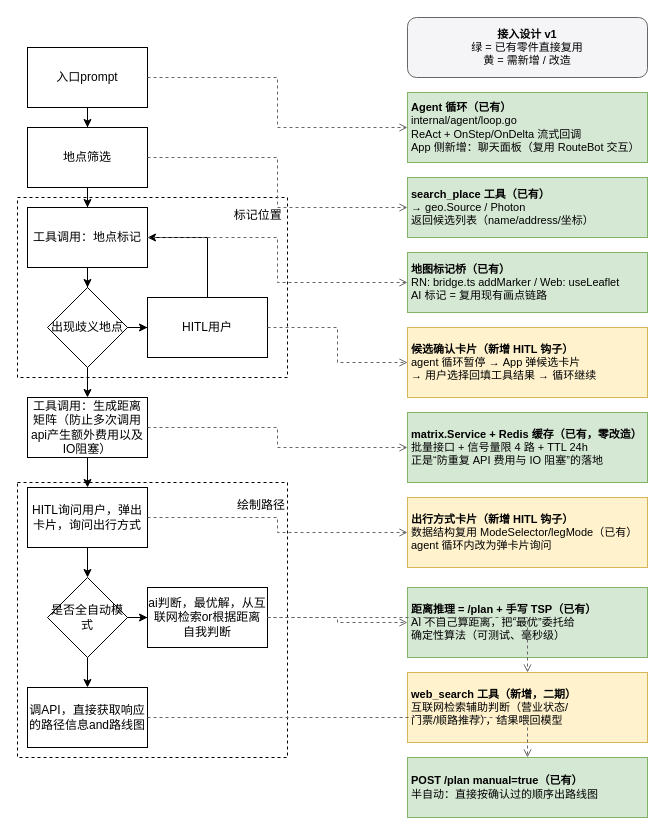
This is page "第 1 页" (1 of 2) of docs/route66.drawio from Gulugll/route66, a draw.io file, before an edit. Source tidied: cells renumbered, new cells numbered last; positions are measured from the earlier drawing's top-left corner, leaving out a move shared by most shapes. Both pictures are drawn from the tidied source at 100%, with x=0, y=0 at pixel (17, 17).
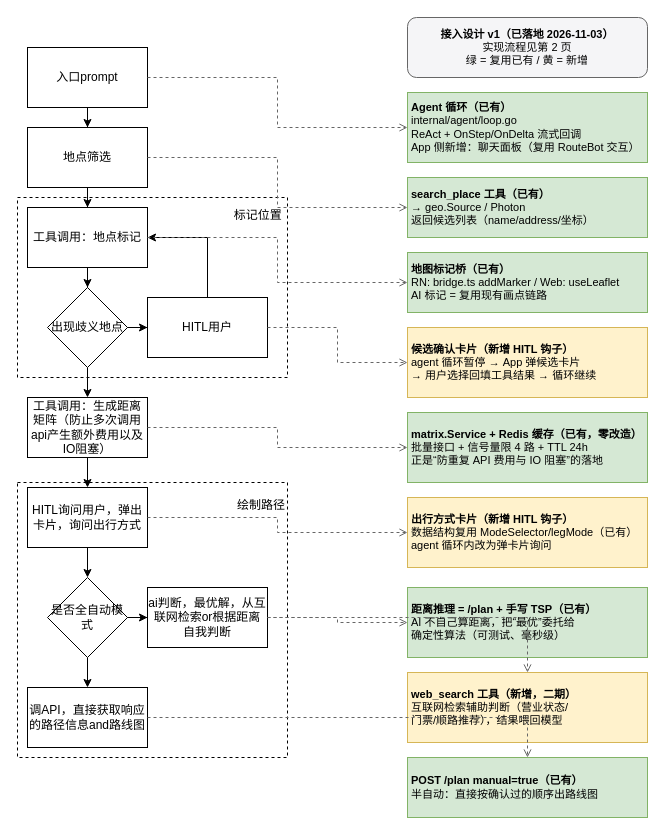
The same page after the edit.

Commit message (it also covers changes not shown here):
docs: README 与 Agent 流程图同步至当前架构

- 简介/特性表：双地图模式、Agent HITL、社区 Feed、多端交付（Web/RN/Electron）
- 架构图与包依赖图：MySQL、geo.Source 双来源、agent 包，按真实 import 扫描重绘
- 智能 Agent 章节：补 HITL 暂停-恢复协议、/agent/resume、确认时序图、会话防重放
- 启动时序//plan 时序/降级表：PG_DSN→MYSQL_DSN、距离来源中立表述
- route66.drawio：新增第 2 页实现流程（对应落地代码），草图页图例标注已落地
- 项目结构树：补 geo/valhalla/photon/nominatim/community/desktop 与 gcj02/mapMode

The edit, as a diff of the source:
```diff
@@
-    <mxCell id="24" value="&lt;b&gt;接入设计 v1&lt;/b&gt;&lt;div&gt;绿 = 已有零件直接复用&lt;/div&gt;&lt;div&gt;黄 = 需新增 / 改造&lt;/div&gt;" style="rounded=1;whiteSpace=wrap;html=1;fillColor=#F5F5F7;strokeColor=#666666;fontSize=11;" parent="1" vertex="1">
+    <mxCell id="24" value="&lt;b&gt;接入设计 v1（已落地 2026-11-03）&lt;/b&gt;&lt;div&gt;实现流程见第 2 页&lt;/div&gt;&lt;div&gt;绿 = 复用已有 / 黄 = 新增&lt;/div&gt;" style="rounded=1;whiteSpace=wrap;html=1;fillColor=#F5F5F7;strokeColor=#666666;fontSize=11;" parent="1" vertex="1">
       <mxGeometry x="390" width="240" height="60" as="geometry" />
     </mxCell>
```
